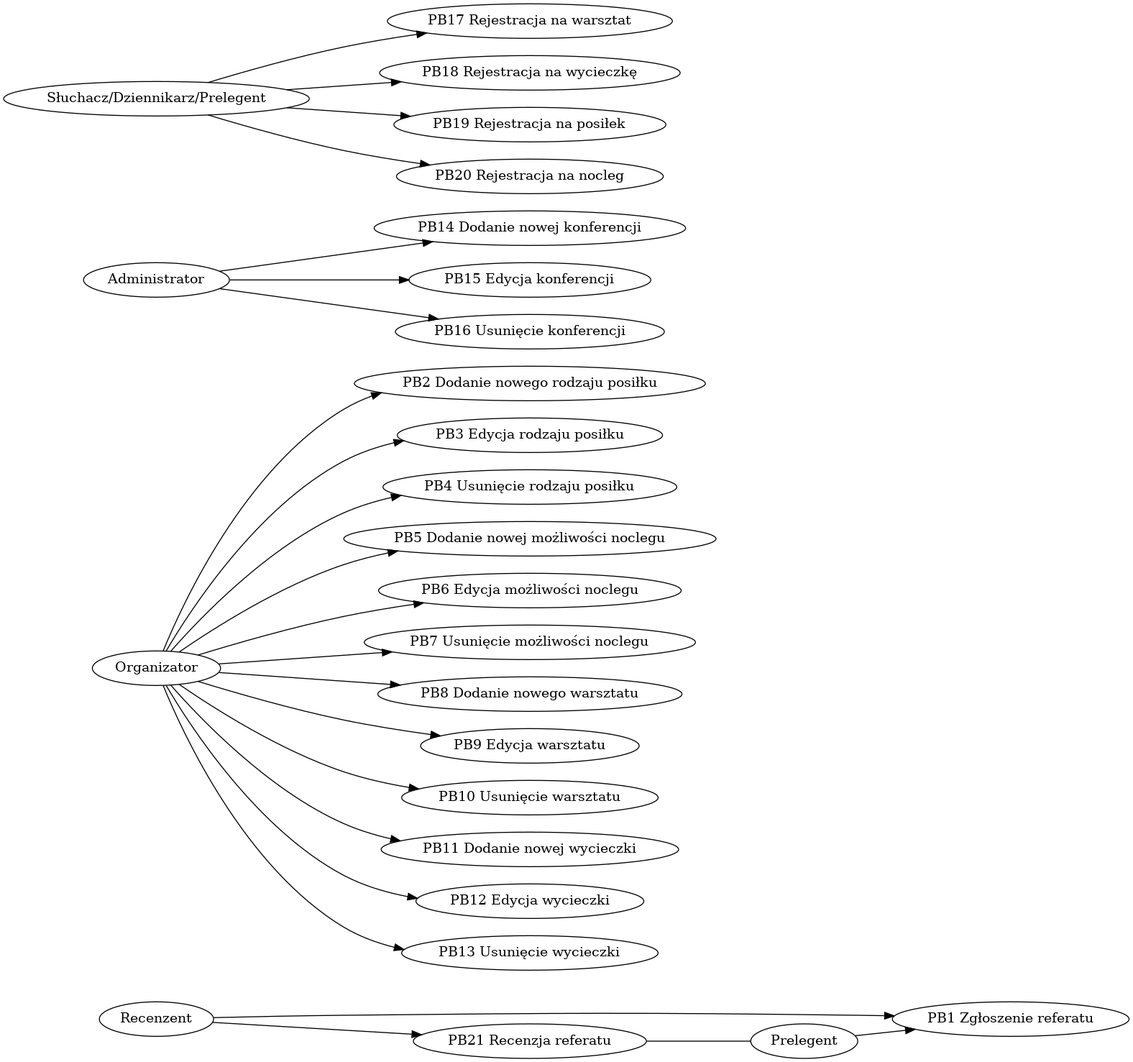
The Graphviz diagram pb.png in zyla/iop_konferencja, before a commit. Its source is kept beside it as pb.dot.
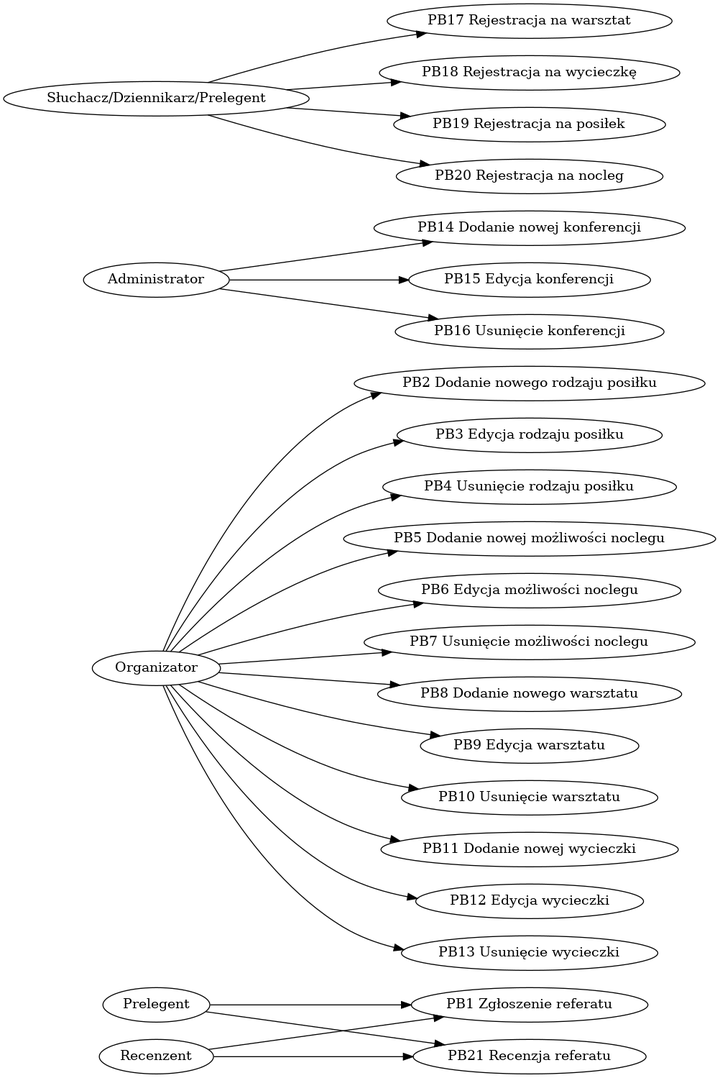
Later version of the same file.

Diff of the diagram source:
```diff
@@ -20,5 +20,5 @@
 "Słuchacz/Dziennikarz/Prelegent" -> "PB19 Rejestracja na posiłek"
 "Słuchacz/Dziennikarz/Prelegent" -> "PB20 Rejestracja na nocleg"
 "Recenzent" -> "PB21 Recenzja referatu"
-"PB21 Recenzja referatu" -> "Prelegent" [dir=none]
+"Prelegent" -> "PB21 Recenzja referatu"
  }
```
